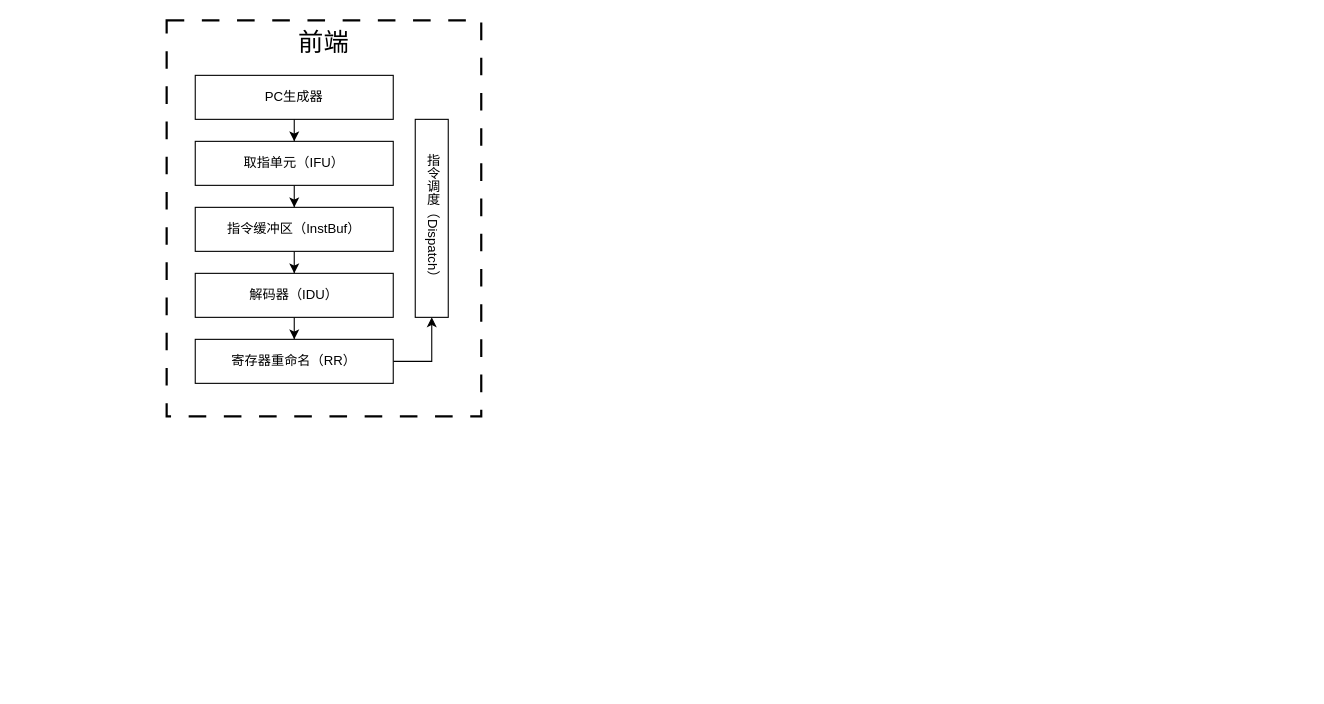
Before: TyroCore框图.drawio in xtexx/diagrams, a draw.io diagram. Source tidied: cells renumbered, new cells numbered last; positions are measured from the earlier drawing's top-left corner, leaving out a move shared by most shapes. Both pictures are drawn from the tidied source at 110%, with x=0, y=0 at pixel (166, 20).
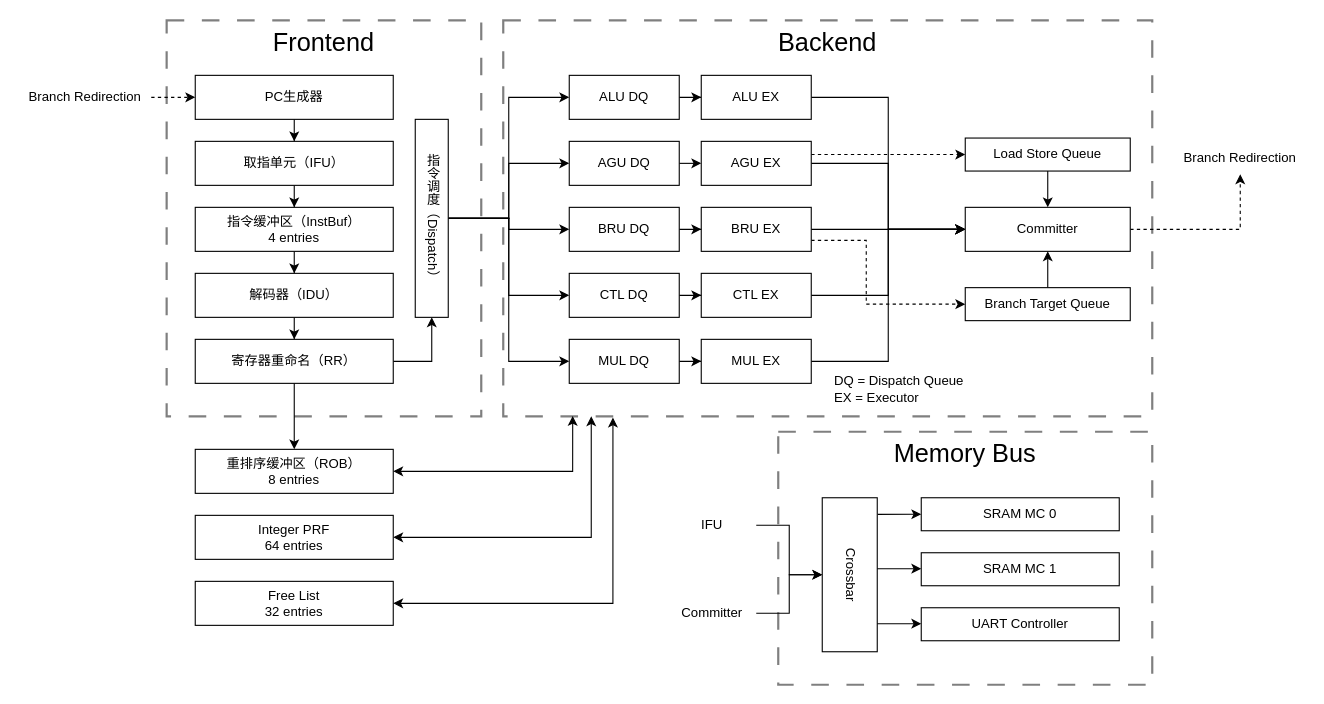
The same diagram, later.

The change refers to these unchanged cells:
```xml
<mxCell id="4" value="PC生成器" style="rounded=0;whiteSpace=wrap;html=1;" parent="1" vertex="1">
  <mxGeometry x="26" y="50" width="180" height="40" as="geometry" />
</mxCell>
<mxCell id="12" value="寄存器重命名（RR）" style="rounded=0;whiteSpace=wrap;html=1;" parent="1" vertex="1">
  <mxGeometry x="26" y="290" width="180" height="40" as="geometry" />
</mxCell>
<mxCell id="13" value="指令调度（Dispatch）" style="rounded=0;whiteSpace=wrap;html=1;textDirection=vertical-lr;" parent="1" vertex="1">
  <mxGeometry x="226" y="90" width="30" height="180" as="geometry" />
</mxCell>
```

Change to the diagram source:
```diff
@@
+    <mxCell id="14" value="&lt;font style=&quot;font-size: 23px;&quot;&gt;Backend&lt;/font&gt;" style="rounded=0;whiteSpace=wrap;html=1;labelBackgroundColor=none;fillColor=none;dashed=1;dashPattern=8 8;strokeWidth=2;verticalAlign=top;opacity=50;" parent="1" vertex="1">
+      <mxGeometry x="306" width="590" height="360" as="geometry" />
+    </mxCell>
-    <mxCell id="2" value="&lt;font style=&quot;font-size: 23px;&quot;&gt;前端&lt;/font&gt;" style="rounded=0;whiteSpace=wrap;html=1;labelBackgroundColor=none;fillColor=none;dashed=1;dashPattern=8 8;strokeWidth=2;verticalAlign=top;" parent="1" vertex="1">
+    <mxCell id="2" value="&lt;font style=&quot;font-size: 23px;&quot;&gt;Frontend&lt;/font&gt;" style="rounded=0;whiteSpace=wrap;html=1;labelBackgroundColor=none;fillColor=none;dashed=1;dashPattern=8 8;strokeWidth=2;verticalAlign=top;opacity=50;" parent="1" vertex="1">
       <mxGeometry width="286" height="360" as="geometry" />
     </mxCell>
@@
-    <mxCell id="8" value="指令缓冲区（InstBuf）" style="rounded=0;whiteSpace=wrap;html=1;" parent="1" vertex="1">
+    <mxCell id="8" value="&lt;div&gt;指令缓冲区（InstBuf）&lt;/div&gt;4 entries" style="rounded=0;whiteSpace=wrap;html=1;" parent="1" vertex="1">
       <mxGeometry x="26" y="170" width="180" height="40" as="geometry" />
     </mxCell>
@@
+    <mxCell id="15" style="edgeStyle=orthogonalEdgeStyle;rounded=0;jettySize=auto;html=1;" parent="1" edge="1" source="12" target="21">
+      <mxGeometry relative="1" as="geometry" />
+    </mxCell>
@@
+    <mxCell id="16" style="edgeStyle=orthogonalEdgeStyle;rounded=0;jettySize=auto;html=1;" parent="1" edge="1" source="13" target="26">
+      <mxGeometry relative="1" as="geometry" />
+    </mxCell>
+    <mxCell id="17" style="edgeStyle=orthogonalEdgeStyle;rounded=0;jettySize=auto;html=1;" parent="1" edge="1" source="13" target="33">
+      <mxGeometry relative="1" as="geometry" />
+    </mxCell>
+    <mxCell id="18" style="edgeStyle=orthogonalEdgeStyle;rounded=0;jettySize=auto;html=1;" parent="1" edge="1" source="13" target="38">
+      <mxGeometry relative="1" as="geometry" />
+    </mxCell>
+    <mxCell id="19" style="edgeStyle=orthogonalEdgeStyle;rounded=0;jettySize=auto;html=1;" parent="1" edge="1" source="13" target="42">
+      <mxGeometry relative="1" as="geometry" />
+    </mxCell>
+    <mxCell id="20" style="edgeStyle=orthogonalEdgeStyle;rounded=0;jettySize=auto;html=1;entryX=0;entryY=0.5;entryDx=0;entryDy=0;" parent="1" edge="1" source="13" target="44">
+      <mxGeometry relative="1" as="geometry" />
+    </mxCell>
@@
+    <mxCell id="21" value="&lt;div&gt;重排序缓冲区（ROB）&lt;/div&gt;&lt;div&gt;8 entries&lt;/div&gt;" style="rounded=0;whiteSpace=wrap;html=1;" parent="1" vertex="1">
+      <mxGeometry x="26" y="390" width="180" height="40" as="geometry" />
+    </mxCell>
+    <mxCell id="22" style="edgeStyle=orthogonalEdgeStyle;jettySize=auto;html=1;rounded=0;curved=0;startArrow=classic;startFill=1;" parent="1" edge="1" source="23">
+      <mxGeometry x="-0.03" relative="1" as="geometry">
+        <mxPoint x="386" y="360" as="targetPoint" />
+        <Array as="points">
+          <mxPoint x="386" y="470" />
+          <mxPoint x="386" y="360" />
+        </Array>
+      </mxGeometry>
+    </mxCell>
+    <mxCell id="23" value="&lt;div&gt;Integer PRF&lt;/div&gt;&lt;div&gt;64 entries&lt;/div&gt;" style="rounded=0;whiteSpace=wrap;html=1;" parent="1" vertex="1">
+      <mxGeometry x="26" y="450" width="180" height="40" as="geometry" />
+    </mxCell>
+    <mxCell id="24" value="&lt;div&gt;Free List&lt;/div&gt;&lt;div&gt;32 entries&lt;/div&gt;" style="rounded=0;whiteSpace=wrap;html=1;" parent="1" vertex="1">
+      <mxGeometry x="26" y="510" width="180" height="40" as="geometry" />
+    </mxCell>
+    <mxCell id="25" style="edgeStyle=orthogonalEdgeStyle;rounded=0;jettySize=auto;html=1;exitX=1;exitY=0.5;exitDx=0;exitDy=0;" parent="1" edge="1" source="26" target="28">
+      <mxGeometry relative="1" as="geometry" />
+    </mxCell>
+    <mxCell id="26" value="ALU DQ" style="rounded=0;whiteSpace=wrap;html=1;" parent="1" vertex="1">
+      <mxGeometry x="366" y="50" width="100" height="40" as="geometry" />
+    </mxCell>
+    <mxCell id="27" style="edgeStyle=orthogonalEdgeStyle;rounded=0;jettySize=auto;html=1;entryX=0;entryY=0.5;entryDx=0;entryDy=0;" parent="1" edge="1" source="28" target="48">
+      <mxGeometry relative="1" as="geometry" />
+    </mxCell>
+    <mxCell id="28" value="ALU EX" style="rounded=0;whiteSpace=wrap;html=1;" parent="1" vertex="1">
+      <mxGeometry x="486" y="50" width="100" height="40" as="geometry" />
+    </mxCell>
+    <mxCell id="29" style="edgeStyle=orthogonalEdgeStyle;rounded=0;jettySize=auto;html=1;entryX=0;entryY=0.5;entryDx=0;entryDy=0;" parent="1" edge="1" source="31" target="48">
+      <mxGeometry relative="1" as="geometry" />
+    </mxCell>
+    <mxCell id="30" style="edgeStyle=orthogonalEdgeStyle;jettySize=auto;html=1;entryX=0;entryY=0.5;entryDx=0;entryDy=0;rounded=0;curved=0;dashed=1;" parent="1" edge="1" source="31" target="52">
+      <mxGeometry relative="1" as="geometry">
+        <Array as="points">
+          <mxPoint x="616" y="122" />
+          <mxPoint x="616" y="122" />
+        </Array>
+      </mxGeometry>
+    </mxCell>
+    <mxCell id="31" value="AGU EX" style="rounded=0;whiteSpace=wrap;html=1;" parent="1" vertex="1">
+      <mxGeometry x="486" y="110" width="100" height="40" as="geometry" />
+    </mxCell>
+    <mxCell id="32" style="edgeStyle=orthogonalEdgeStyle;rounded=0;jettySize=auto;html=1;exitX=1;exitY=0.5;exitDx=0;exitDy=0;entryX=0;entryY=0.5;entryDx=0;entryDy=0;" parent="1" edge="1" source="33" target="31">
+      <mxGeometry relative="1" as="geometry" />
+    </mxCell>
+    <mxCell id="33" value="AGU DQ" style="rounded=0;whiteSpace=wrap;html=1;" parent="1" vertex="1">
+      <mxGeometry x="366" y="110" width="100" height="40" as="geometry" />
+    </mxCell>
+    <mxCell id="34" style="edgeStyle=orthogonalEdgeStyle;rounded=0;jettySize=auto;html=1;entryX=0;entryY=0.5;entryDx=0;entryDy=0;" parent="1" edge="1" source="36" target="48">
+      <mxGeometry relative="1" as="geometry" />
+    </mxCell>
+    <mxCell id="35" style="edgeStyle=orthogonalEdgeStyle;jettySize=auto;html=1;entryX=0;entryY=0.5;entryDx=0;entryDy=0;rounded=0;curved=0;dashed=1;" parent="1" edge="1" source="36" target="50">
+      <mxGeometry x="-0.05" relative="1" as="geometry">
+        <Array as="points">
+          <mxPoint x="636" y="200" />
+          <mxPoint x="636" y="258" />
+        </Array>
+      </mxGeometry>
+    </mxCell>
+    <mxCell id="36" value="&lt;div&gt;BRU EX&lt;/div&gt;" style="rounded=0;whiteSpace=wrap;html=1;" parent="1" vertex="1">
+      <mxGeometry x="486" y="170" width="100" height="40" as="geometry" />
+    </mxCell>
+    <mxCell id="37" style="edgeStyle=orthogonalEdgeStyle;rounded=0;jettySize=auto;html=1;" parent="1" edge="1" source="38" target="36">
+      <mxGeometry relative="1" as="geometry" />
+    </mxCell>
+    <mxCell id="38" value="BRU DQ" style="rounded=0;whiteSpace=wrap;html=1;" parent="1" vertex="1">
+      <mxGeometry x="366" y="170" width="100" height="40" as="geometry" />
+    </mxCell>
+    <mxCell id="39" style="edgeStyle=orthogonalEdgeStyle;rounded=0;jettySize=auto;html=1;entryX=0;entryY=0.5;entryDx=0;entryDy=0;" parent="1" edge="1" source="40" target="48">
+      <mxGeometry relative="1" as="geometry" />
+    </mxCell>
+    <mxCell id="40" value="&lt;div&gt;CTL EX&lt;/div&gt;" style="rounded=0;whiteSpace=wrap;html=1;" parent="1" vertex="1">
+      <mxGeometry x="486" y="230" width="100" height="40" as="geometry" />
+    </mxCell>
+    <mxCell id="41" style="edgeStyle=orthogonalEdgeStyle;rounded=0;jettySize=auto;html=1;" parent="1" edge="1" source="42" target="40">
+      <mxGeometry relative="1" as="geometry" />
+    </mxCell>
+    <mxCell id="42" value="CTL DQ" style="rounded=0;whiteSpace=wrap;html=1;" parent="1" vertex="1">
+      <mxGeometry x="366" y="230" width="100" height="40" as="geometry" />
+    </mxCell>
+    <mxCell id="43" style="edgeStyle=orthogonalEdgeStyle;rounded=0;jettySize=auto;html=1;" parent="1" edge="1" source="44" target="46">
+      <mxGeometry relative="1" as="geometry" />
+    </mxCell>
+    <mxCell id="44" value="MUL DQ" style="rounded=0;whiteSpace=wrap;html=1;" parent="1" vertex="1">
+      <mxGeometry x="366" y="290" width="100" height="40" as="geometry" />
+    </mxCell>
+    <mxCell id="45" style="edgeStyle=orthogonalEdgeStyle;rounded=0;jettySize=auto;html=1;entryX=0;entryY=0.5;entryDx=0;entryDy=0;" parent="1" edge="1" source="46" target="48">
+      <mxGeometry relative="1" as="geometry" />
+    </mxCell>
+    <mxCell id="46" value="&lt;div&gt;MUL EX&lt;/div&gt;" style="rounded=0;whiteSpace=wrap;html=1;" parent="1" vertex="1">
+      <mxGeometry x="486" y="290" width="100" height="40" as="geometry" />
+    </mxCell>
+    <mxCell id="47" style="edgeStyle=orthogonalEdgeStyle;jettySize=auto;html=1;rounded=0;curved=0;dashed=1;" parent="1" edge="1" source="48" target="55">
+      <mxGeometry relative="1" as="geometry" />
+    </mxCell>
+    <mxCell id="48" value="Committer" style="rounded=0;whiteSpace=wrap;html=1;" parent="1" vertex="1">
+      <mxGeometry x="726" y="170" width="150" height="40" as="geometry" />
+    </mxCell>
+    <mxCell id="49" style="edgeStyle=orthogonalEdgeStyle;jettySize=auto;html=1;entryX=0.5;entryY=1;entryDx=0;entryDy=0;rounded=0;curved=0;" parent="1" edge="1" source="50" target="48">
+      <mxGeometry relative="1" as="geometry" />
+    </mxCell>
+    <mxCell id="50" value="Branch Target Queue" style="rounded=0;whiteSpace=wrap;html=1;" parent="1" vertex="1">
+      <mxGeometry x="726" y="243" width="150" height="30" as="geometry" />
+    </mxCell>
+    <mxCell id="51" style="edgeStyle=orthogonalEdgeStyle;jettySize=auto;html=1;rounded=0;curved=0;" parent="1" edge="1" source="52" target="48">
+      <mxGeometry relative="1" as="geometry" />
+    </mxCell>
+    <mxCell id="52" value="Load Store Queue" style="rounded=0;whiteSpace=wrap;html=1;" parent="1" vertex="1">
+      <mxGeometry x="726" y="107" width="150" height="30" as="geometry" />
+    </mxCell>
+    <mxCell id="53" style="edgeStyle=orthogonalEdgeStyle;jettySize=auto;html=1;dashed=1;rounded=0;curved=0;" parent="1" edge="1" source="54" target="4">
+      <mxGeometry relative="1" as="geometry" />
+    </mxCell>
+    <mxCell id="54" value="Branch Redirection" style="text;html=1;whiteSpace=wrap;strokeColor=none;fillColor=none;align=center;verticalAlign=middle;rounded=0;" parent="1" vertex="1">
+      <mxGeometry x="-134" y="55" width="120" height="30" as="geometry" />
+    </mxCell>
+    <mxCell id="55" value="Branch Redirection" style="text;html=1;whiteSpace=wrap;strokeColor=none;fillColor=none;align=center;verticalAlign=middle;rounded=0;" parent="1" vertex="1">
+      <mxGeometry x="916" y="110" width="120" height="30" as="geometry" />
+    </mxCell>
+    <mxCell id="56" value="&lt;font style=&quot;font-size: 23px;&quot;&gt;Memory Bus&lt;/font&gt;" style="rounded=0;whiteSpace=wrap;html=1;labelBackgroundColor=none;fillColor=none;dashed=1;dashPattern=8 8;strokeWidth=2;verticalAlign=top;opacity=50;" parent="1" vertex="1">
+      <mxGeometry x="556" y="374" width="340" height="230" as="geometry" />
+    </mxCell>
+    <mxCell id="57" value="Crossbar" style="rounded=0;whiteSpace=wrap;html=1;textDirection=vertical-lr;" parent="1" vertex="1">
+      <mxGeometry x="596" y="434" width="50" height="140" as="geometry" />
+    </mxCell>
+    <mxCell id="58" style="edgeStyle=orthogonalEdgeStyle;jettySize=auto;html=1;rounded=0;curved=0;" parent="1" edge="1" source="59" target="57">
+      <mxGeometry relative="1" as="geometry" />
+    </mxCell>
+    <mxCell id="59" value="&lt;div&gt;IFU&lt;/div&gt;" style="text;html=1;whiteSpace=wrap;strokeColor=none;fillColor=none;align=center;verticalAlign=middle;rounded=0;" parent="1" vertex="1">
+      <mxGeometry x="456" y="444" width="80" height="30" as="geometry" />
+    </mxCell>
+    <mxCell id="60" style="edgeStyle=orthogonalEdgeStyle;jettySize=auto;html=1;rounded=0;curved=0;" parent="1" edge="1" source="61" target="57">
+      <mxGeometry relative="1" as="geometry" />
+    </mxCell>
+    <mxCell id="61" value="&lt;div&gt;Committer&lt;/div&gt;" style="text;html=1;whiteSpace=wrap;strokeColor=none;fillColor=none;align=center;verticalAlign=middle;rounded=0;" parent="1" vertex="1">
+      <mxGeometry x="456" y="524" width="80" height="30" as="geometry" />
+    </mxCell>
+    <mxCell id="62" value="SRAM MC 0" style="rounded=0;whiteSpace=wrap;html=1;" parent="1" vertex="1">
+      <mxGeometry x="686" y="434" width="180" height="30" as="geometry" />
+    </mxCell>
+    <mxCell id="63" value="SRAM MC 1" style="rounded=0;whiteSpace=wrap;html=1;" parent="1" vertex="1">
+      <mxGeometry x="686" y="484" width="180" height="30" as="geometry" />
+    </mxCell>
+    <mxCell id="64" value="UART Controller" style="rounded=0;whiteSpace=wrap;html=1;" parent="1" vertex="1">
+      <mxGeometry x="686" y="534" width="180" height="30" as="geometry" />
+    </mxCell>
+    <mxCell id="65" style="endArrow=classic;html=1;exitX=1.008;exitY=0.108;exitDx=0;exitDy=0;exitPerimeter=0;entryX=0;entryY=0.5;entryDx=0;entryDy=0;" parent="1" edge="1" source="57" target="62">
+      <mxGeometry relative="1" as="geometry" />
+    </mxCell>
+    <mxCell id="66" style="endArrow=classic;html=1;exitX=1.008;exitY=0.108;exitDx=0;exitDy=0;exitPerimeter=0;entryX=0;entryY=0.5;entryDx=0;entryDy=0;" parent="1" edge="1">
+      <mxGeometry relative="1" as="geometry">
+        <mxPoint x="646" y="498.5" as="sourcePoint" />
+        <mxPoint x="686" y="498.5" as="targetPoint" />
+      </mxGeometry>
+    </mxCell>
+    <mxCell id="67" style="endArrow=classic;html=1;exitX=1.008;exitY=0.108;exitDx=0;exitDy=0;exitPerimeter=0;entryX=0;entryY=0.5;entryDx=0;entryDy=0;" parent="1" edge="1">
+      <mxGeometry relative="1" as="geometry">
+        <mxPoint x="646" y="548.5" as="sourcePoint" />
+        <mxPoint x="686" y="548.5" as="targetPoint" />
+      </mxGeometry>
+    </mxCell>
+    <mxCell id="68" value="&lt;div&gt;DQ = Dispatch Queue&lt;/div&gt;&lt;div align=&quot;left&quot;&gt;EX = Executor&lt;/div&gt;" style="text;html=1;whiteSpace=wrap;strokeColor=none;fillColor=none;align=center;verticalAlign=middle;rounded=0;" parent="1" vertex="1">
+      <mxGeometry x="586" y="320" width="160" height="30" as="geometry" />
+    </mxCell>
+    <mxCell id="69" style="edgeStyle=orthogonalEdgeStyle;jettySize=auto;html=1;entryX=0.107;entryY=0.999;entryDx=0;entryDy=0;entryPerimeter=0;rounded=0;curved=0;startArrow=classic;startFill=1;" parent="1" edge="1" source="21" target="14">
+      <mxGeometry relative="1" as="geometry" />
+    </mxCell>
+    <mxCell id="70" style="edgeStyle=orthogonalEdgeStyle;jettySize=auto;html=1;entryX=0.169;entryY=1.003;entryDx=0;entryDy=0;entryPerimeter=0;rounded=0;curved=0;startArrow=classic;startFill=1;" parent="1" edge="1" source="24" target="14">
+      <mxGeometry relative="1" as="geometry" />
+    </mxCell>
```
